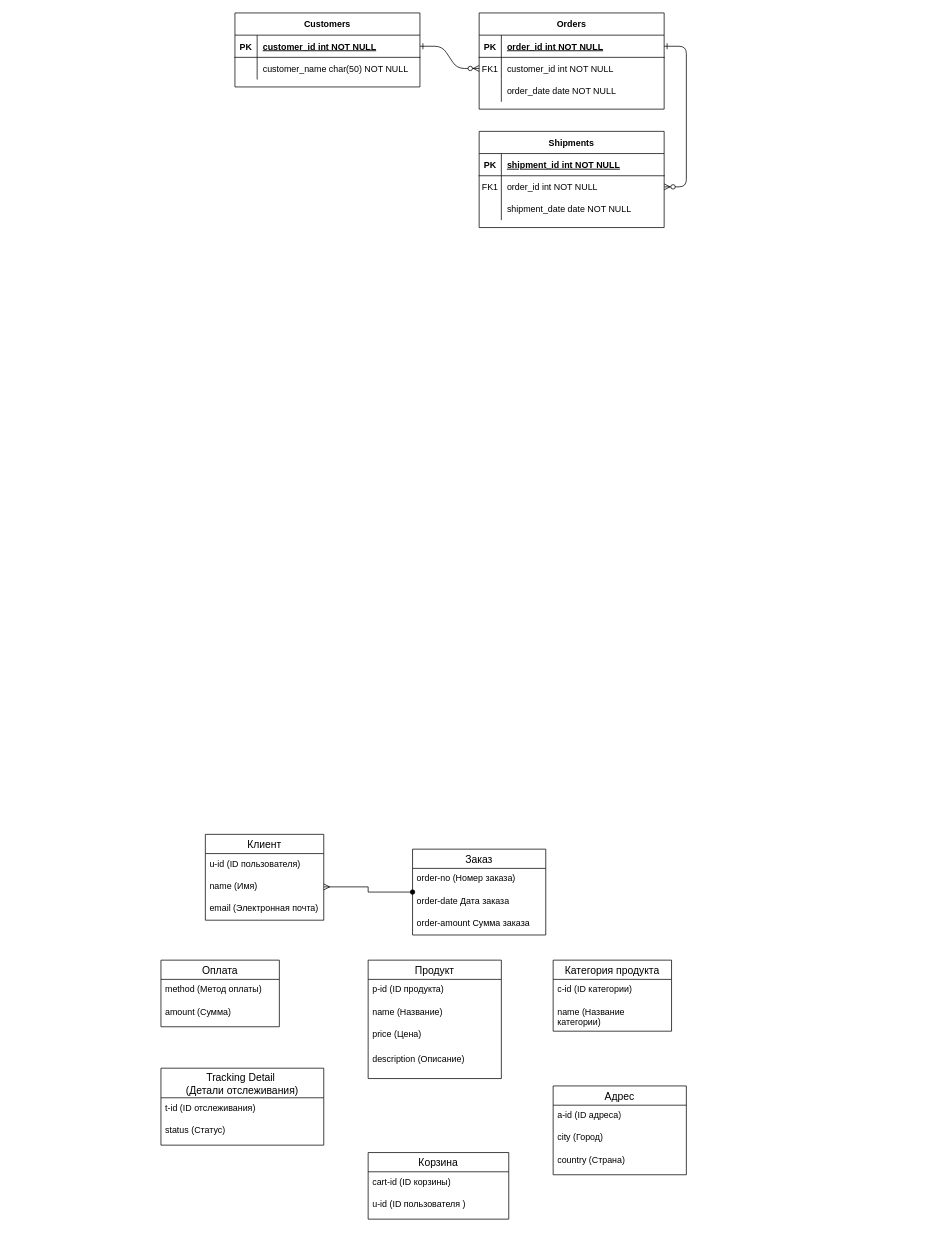
Earlier version of the draw.io diagram obos_6th.drawio (mati-tech/draw.io). Source tidied: cells renumbered, new cells numbered last; positions are measured from the earlier drawing's top-left corner, leaving out a move shared by most shapes. Both pictures are drawn from the tidied source at 74%, with x=0, y=0 at pixel (161, 13).
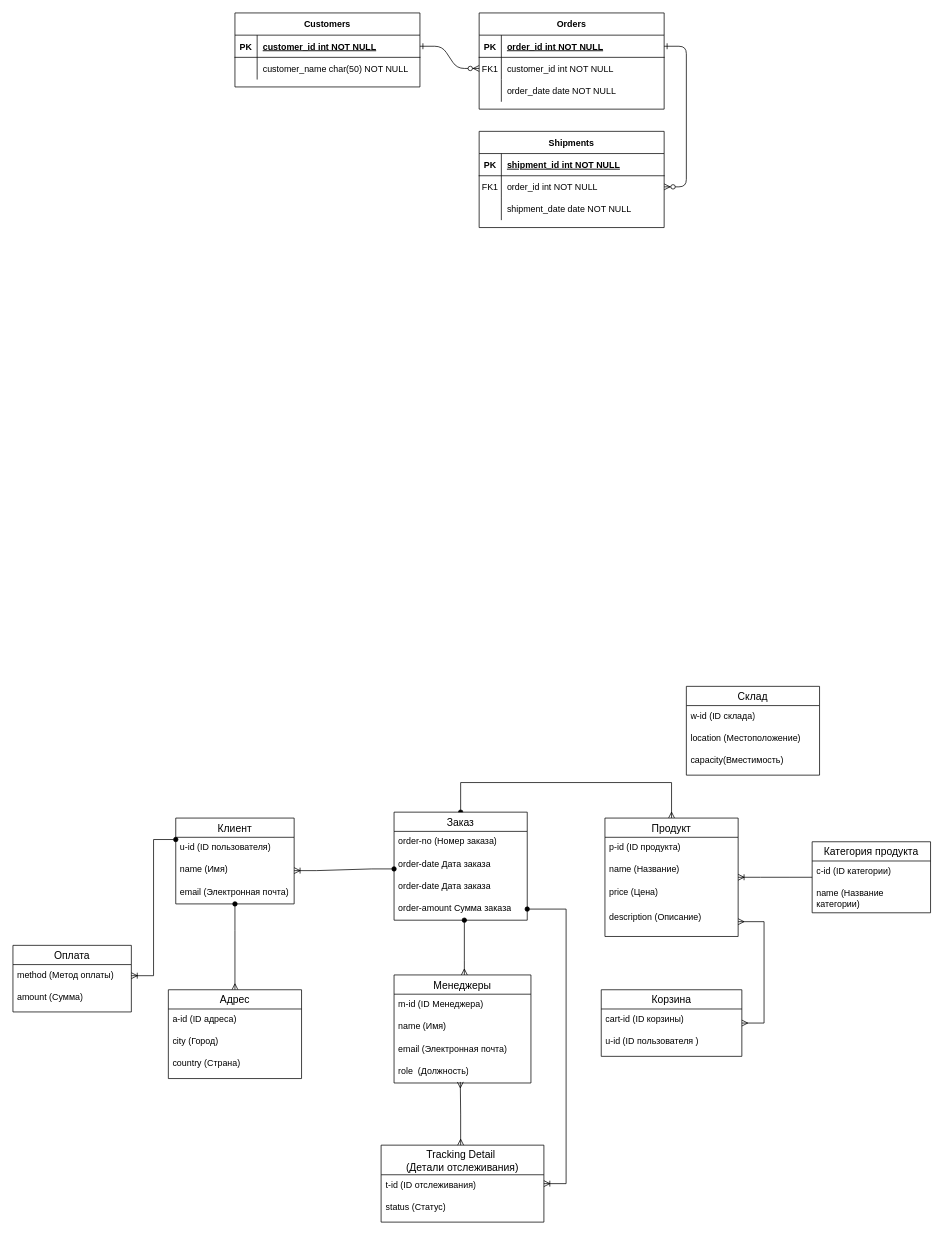
The same diagram, later.

The change refers to these unchanged cells:
```xml
<mxCell id="33" value="name (Имя)&lt;div&gt;&lt;br&gt;&lt;/div&gt;" style="text;strokeColor=none;fillColor=none;spacingLeft=4;spacingRight=4;overflow=hidden;points=[[0,0.5],[1,0.5]];portConstraint=eastwest;fontSize=12;whiteSpace=wrap;html=1;" parent="31" vertex="1">
  <mxGeometry y="56" width="160" height="30" as="geometry" />
</mxCell>
<mxCell id="34" value="email (Электронная почта)&lt;div&gt;&lt;br&gt;&lt;/div&gt;" style="text;strokeColor=none;fillColor=none;spacingLeft=4;spacingRight=4;overflow=hidden;points=[[0,0.5],[1,0.5]];portConstraint=eastwest;fontSize=12;whiteSpace=wrap;html=1;" parent="31" vertex="1">
  <mxGeometry y="86" width="160" height="30" as="geometry" />
</mxCell>
<mxCell id="44" value="description (Описание)&lt;div&gt;&lt;span style=&quot;background-color: initial;&quot;&gt;&lt;br&gt;&lt;/span&gt;&lt;/div&gt;" style="text;strokeColor=none;fillColor=none;spacingLeft=4;spacingRight=4;overflow=hidden;points=[[0,0.5],[1,0.5]];portConstraint=eastwest;fontSize=12;whiteSpace=wrap;html=1;" parent="40" vertex="1">
  <mxGeometry y="120" width="180" height="40" as="geometry" />
</mxCell>
<mxCell id="49" value="method (&lt;span style=&quot;background-color: initial;&quot;&gt;Метод оплаты)&lt;/span&gt;&lt;div&gt;&lt;br&gt;&lt;div&gt;&lt;span style=&quot;background-color: initial;&quot;&gt;&lt;br&gt;&lt;/span&gt;&lt;/div&gt;&lt;/div&gt;" style="text;strokeColor=none;fillColor=none;spacingLeft=4;spacingRight=4;overflow=hidden;points=[[0,0.5],[1,0.5]];portConstraint=eastwest;fontSize=12;whiteSpace=wrap;html=1;" parent="48" vertex="1">
  <mxGeometry y="26" width="160" height="30" as="geometry" />
</mxCell>
```

Change to the diagram source:
```diff
@@
     <mxCell id="31" value="Клиент" style="swimlane;fontStyle=0;horizontal=1;startSize=26;align=center;fontSize=14;" parent="1" vertex="1">
-      <mxGeometry x="60" y="1110" width="160" height="116" as="geometry" />
+      <mxGeometry x="20" y="1088" width="160" height="116" as="geometry" />
     </mxCell>
@@
+    <mxCell id="61" style="edgeStyle=orthogonalEdgeStyle;rounded=0;jettySize=auto;html=1;entryX=0.5;entryY=0;entryDx=0;entryDy=0;startArrow=oval;startFill=1;endArrow=ERmany;endFill=0;" parent="1" edge="1" source="35" target="40">
+      <mxGeometry relative="1" as="geometry">
+        <Array as="points">
+          <mxPoint x="405" y="1040" />
+          <mxPoint x="690" y="1040" />
+        </Array>
+      </mxGeometry>
+    </mxCell>
     <mxCell id="35" value="Заказ" style="swimlane;fontStyle=0;horizontal=1;startSize=26;align=center;fontSize=14;" parent="1" vertex="1">
-      <mxGeometry x="340" y="1130" width="180" height="116" as="geometry" />
+      <mxGeometry x="315" y="1080" width="180" height="146" as="geometry" />
     </mxCell>
@@
+    <mxCell id="62" value="order-date&amp;nbsp;&lt;span style=&quot;background-color: initial;&quot;&gt;Дата заказа&lt;/span&gt;&lt;div&gt;&lt;span style=&quot;background-color: initial;&quot;&gt;&lt;br&gt;&lt;/span&gt;&lt;/div&gt;" style="text;strokeColor=none;fillColor=none;spacingLeft=4;spacingRight=4;overflow=hidden;points=[[0,0.5],[1,0.5]];portConstraint=eastwest;fontSize=12;whiteSpace=wrap;html=1;" parent="35" vertex="1">
+      <mxGeometry y="56" width="180" height="30" as="geometry" />
+    </mxCell>
     <mxCell id="37" value="order-date&amp;nbsp;&lt;span style=&quot;background-color: initial;&quot;&gt;Дата заказа&lt;/span&gt;&lt;div&gt;&lt;span style=&quot;background-color: initial;&quot;&gt;&lt;br&gt;&lt;/span&gt;&lt;/div&gt;" style="text;strokeColor=none;fillColor=none;spacingLeft=4;spacingRight=4;overflow=hidden;fontSize=12;whiteSpace=wrap;html=1;" parent="35" vertex="1">
-      <mxGeometry y="56" width="180" height="30" as="geometry" />
+      <mxGeometry y="86" width="180" height="30" as="geometry" />
     </mxCell>
     <mxCell id="38" value="order-amount&amp;nbsp;&lt;span style=&quot;background-color: initial;&quot;&gt;Сумма заказа&lt;/span&gt;&lt;div&gt;&lt;span style=&quot;background-color: initial;&quot;&gt;&lt;br&gt;&lt;/span&gt;&lt;/div&gt;" style="text;strokeColor=none;fillColor=none;spacingLeft=4;spacingRight=4;overflow=hidden;points=[[0,0.5],[1,0.5]];portConstraint=eastwest;fontSize=12;whiteSpace=wrap;html=1;" parent="35" vertex="1">
-      <mxGeometry y="86" width="180" height="30" as="geometry" />
+      <mxGeometry y="116" width="180" height="30" as="geometry" />
     </mxCell>
-    <mxCell id="39" style="edgeStyle=orthogonalEdgeStyle;rounded=0;jettySize=auto;html=1;entryX=0;entryY=0.5;entryDx=0;entryDy=0;startArrow=ERmany;startFill=0;endArrow=oval;endFill=1;" parent="1" edge="1" source="33" target="35">
-      <mxGeometry relative="1" as="geometry" />
-    </mxCell>
     <mxCell id="40" value="Продукт" style="swimlane;fontStyle=0;horizontal=1;startSize=26;align=center;fontSize=14;" parent="1" vertex="1">
-      <mxGeometry x="280" y="1280" width="180" height="160" as="geometry" />
+      <mxGeometry x="600" y="1088" width="180" height="160" as="geometry" />
     </mxCell>
@@
     <mxCell id="45" value="Категория продукта" style="swimlane;fontStyle=0;horizontal=1;startSize=26;align=center;fontSize=14;" parent="1" vertex="1">
-      <mxGeometry x="530" y="1280" width="160" height="96" as="geometry" />
+      <mxGeometry x="880" y="1120" width="160" height="96" as="geometry" />
     </mxCell>
@@
     <mxCell id="48" value="Оплата" style="swimlane;fontStyle=0;horizontal=1;startSize=26;align=center;fontSize=14;" parent="1" vertex="1">
-      <mxGeometry y="1280" width="160" height="90" as="geometry" />
+      <mxGeometry x="-200" y="1260" width="160" height="90" as="geometry" />
     </mxCell>
@@
+    <mxCell id="63" style="edgeStyle=orthogonalEdgeStyle;rounded=0;jettySize=auto;html=1;startArrow=ERmany;startFill=0;endArrow=oval;endFill=1;" parent="1" edge="1" source="51" target="34">
+      <mxGeometry relative="1" as="geometry">
+        <Array as="points">
+          <mxPoint x="100" y="1240" />
+          <mxPoint x="100" y="1240" />
+        </Array>
+      </mxGeometry>
+    </mxCell>
     <mxCell id="51" value="Адрес" style="swimlane;fontStyle=0;horizontal=1;startSize=26;align=center;fontSize=14;" parent="1" vertex="1">
-      <mxGeometry x="530" y="1450" width="180" height="120" as="geometry" />
+      <mxGeometry x="10" y="1320" width="180" height="120" as="geometry" />
     </mxCell>
@@
     <mxCell id="55" value="Tracking Detail &#10;(Детали отслеживания)" style="swimlane;fontStyle=0;horizontal=1;startSize=40;align=center;fontSize=14;spacingTop=1;" parent="1" vertex="1">
-      <mxGeometry y="1426" width="220" height="104" as="geometry" />
+      <mxGeometry x="297.5" y="1530" width="220" height="104" as="geometry" />
     </mxCell>
@@
     <mxCell id="58" value="Корзина" style="swimlane;fontStyle=0;horizontal=1;startSize=26;align=center;fontSize=14;" parent="1" vertex="1">
-      <mxGeometry x="280" y="1540" width="190" height="90" as="geometry" />
+      <mxGeometry x="595" y="1320" width="190" height="90" as="geometry" />
     </mxCell>
@@
+    <mxCell id="64" style="edgeStyle=entityRelationEdgeStyle;fontSize=12;html=1;endArrow=ERoneToMany;rounded=0;exitX=0;exitY=0.69;exitDx=0;exitDy=0;exitPerimeter=0;entryX=1;entryY=0.5;entryDx=0;entryDy=0;startArrow=oval;startFill=1;" parent="1" edge="1" source="62" target="33">
+      <mxGeometry relative="1" as="geometry" />
+    </mxCell>
+    <mxCell id="65" style="edgeStyle=entityRelationEdgeStyle;fontSize=12;html=1;endArrow=ERoneToMany;rounded=0;exitX=0;exitY=0.25;exitDx=0;exitDy=0;entryX=1;entryY=0.5;entryDx=0;entryDy=0;startArrow=oval;startFill=1;" parent="1" edge="1" source="31" target="49">
+      <mxGeometry relative="1" as="geometry">
+        <Array as="points">
+          <mxPoint x="-20" y="1106" />
+          <mxPoint x="-110" y="1100" />
+          <mxPoint x="-120" y="1106" />
+          <mxPoint x="-20" y="1160" />
+          <mxPoint x="-20" y="1180" />
+          <mxPoint x="-140" y="1100" />
+        </Array>
+      </mxGeometry>
+    </mxCell>
+    <mxCell id="66" style="edgeStyle=entityRelationEdgeStyle;fontSize=12;html=1;endArrow=ERoneToMany;rounded=0;startArrow=oval;startFill=1;" parent="1" edge="1" source="38" target="55">
+      <mxGeometry relative="1" as="geometry">
+        <Array as="points">
+          <mxPoint y="1126" />
+          <mxPoint x="-100" y="1126" />
+          <mxPoint y="1180" />
+          <mxPoint x="132" y="1280" />
+          <mxPoint x="140" y="1290" />
+          <mxPoint y="1200" />
+          <mxPoint x="-120" y="1120" />
+        </Array>
+      </mxGeometry>
+    </mxCell>
+    <mxCell id="67" style="edgeStyle=entityRelationEdgeStyle;fontSize=12;html=1;endArrow=ERoneToMany;rounded=0;" parent="1" edge="1" source="45" target="40">
+      <mxGeometry relative="1" as="geometry" />
+    </mxCell>
+    <mxCell id="68" style="edgeStyle=entityRelationEdgeStyle;fontSize=12;html=1;endArrow=ERmany;startArrow=ERmany;rounded=0;" parent="1" edge="1" source="58" target="44">
+      <mxGeometry relative="1" as="geometry">
+        <Array as="points">
+          <mxPoint x="800" y="1210" />
+        </Array>
+      </mxGeometry>
+    </mxCell>
+    <mxCell id="69" style="edgeStyle=orthogonalEdgeStyle;rounded=0;jettySize=auto;html=1;startArrow=ERmany;startFill=0;endArrow=oval;endFill=1;" parent="1" edge="1" source="70" target="38">
+      <mxGeometry relative="1" as="geometry">
+        <Array as="points">
+          <mxPoint x="410" y="1280" />
+          <mxPoint x="410" y="1280" />
+        </Array>
+      </mxGeometry>
+    </mxCell>
+    <mxCell id="70" value="Менеджеры" style="swimlane;fontStyle=0;horizontal=1;startSize=26;align=center;fontSize=14;" parent="1" vertex="1">
+      <mxGeometry x="315" y="1300" width="185" height="146" as="geometry" />
+    </mxCell>
+    <mxCell id="71" value="m-id (&lt;span style=&quot;background-color: initial;&quot;&gt;ID Менеджера&lt;/span&gt;&lt;span style=&quot;background-color: initial;&quot;&gt;)&lt;/span&gt;&lt;div&gt;&lt;div&gt;&lt;br&gt;&lt;div&gt;&lt;span style=&quot;background-color: initial;&quot;&gt;&lt;br&gt;&lt;/span&gt;&lt;/div&gt;&lt;/div&gt;&lt;/div&gt;" style="text;strokeColor=none;fillColor=none;spacingLeft=4;spacingRight=4;overflow=hidden;fontSize=12;whiteSpace=wrap;html=1;" parent="70" vertex="1">
+      <mxGeometry y="26" width="185" height="30" as="geometry" />
+    </mxCell>
+    <mxCell id="72" value="name (Имя)&lt;div&gt;&lt;br&gt;&lt;/div&gt;" style="text;strokeColor=none;fillColor=none;spacingLeft=4;spacingRight=4;overflow=hidden;fontSize=12;whiteSpace=wrap;html=1;" parent="70" vertex="1">
+      <mxGeometry y="56" width="185" height="30" as="geometry" />
+    </mxCell>
+    <mxCell id="73" value="email (Электронная почта)&lt;div&gt;&lt;br&gt;&lt;/div&gt;" style="text;strokeColor=none;fillColor=none;spacingLeft=4;spacingRight=4;overflow=hidden;fontSize=12;whiteSpace=wrap;html=1;" parent="70" vertex="1">
+      <mxGeometry y="86" width="185" height="30" as="geometry" />
+    </mxCell>
+    <mxCell id="74" value="role&amp;nbsp; (Должность)&lt;div&gt;&lt;br&gt;&lt;/div&gt;" style="text;strokeColor=none;fillColor=none;spacingLeft=4;spacingRight=4;overflow=hidden;points=[[0,0.5],[1,0.5]];portConstraint=eastwest;fontSize=12;whiteSpace=wrap;html=1;" parent="70" vertex="1">
+      <mxGeometry y="116" width="185" height="30" as="geometry" />
+    </mxCell>
+    <mxCell id="75" style="edgeStyle=orthogonalEdgeStyle;rounded=0;jettySize=auto;html=1;entryX=0.484;entryY=0.953;entryDx=0;entryDy=0;entryPerimeter=0;endArrow=ERmany;endFill=0;startArrow=ERmany;startFill=0;" parent="1" edge="1" source="55" target="74">
+      <mxGeometry relative="1" as="geometry">
+        <Array as="points">
+          <mxPoint x="405" y="1488" />
+          <mxPoint x="405" y="1488" />
+        </Array>
+      </mxGeometry>
+    </mxCell>
+    <mxCell id="76" value="Склад " style="swimlane;fontStyle=0;horizontal=1;startSize=26;align=center;fontSize=14;" parent="1" vertex="1">
+      <mxGeometry x="710" y="910" width="180" height="120" as="geometry" />
+    </mxCell>
+    <mxCell id="77" value="w-id (&lt;span style=&quot;background-color: initial;&quot;&gt;ID склада)&lt;/span&gt;&lt;div&gt;&lt;br&gt;&lt;div&gt;&lt;span style=&quot;background-color: initial;&quot;&gt;&lt;br&gt;&lt;/span&gt;&lt;/div&gt;&lt;/div&gt;" style="text;strokeColor=none;fillColor=none;spacingLeft=4;spacingRight=4;overflow=hidden;fontSize=12;whiteSpace=wrap;html=1;" parent="76" vertex="1">
+      <mxGeometry y="26" width="180" height="30" as="geometry" />
+    </mxCell>
+    <mxCell id="78" value="location (&lt;span style=&quot;background-color: initial;&quot;&gt;Местоположение&lt;/span&gt;&lt;span style=&quot;background-color: initial;&quot;&gt;)&lt;/span&gt;&lt;div&gt;&lt;div&gt;&lt;span style=&quot;background-color: initial;&quot;&gt;&lt;br&gt;&lt;/span&gt;&lt;/div&gt;&lt;/div&gt;" style="text;strokeColor=none;fillColor=none;spacingLeft=4;spacingRight=4;overflow=hidden;fontSize=12;whiteSpace=wrap;html=1;" parent="76" vertex="1">
+      <mxGeometry y="56" width="180" height="30" as="geometry" />
+    </mxCell>
+    <mxCell id="79" value="capacity(Вместимость)&lt;div&gt;&lt;span style=&quot;background-color: initial;&quot;&gt;&lt;br&gt;&lt;/span&gt;&lt;/div&gt;" style="text;strokeColor=none;fillColor=none;spacingLeft=4;spacingRight=4;overflow=hidden;fontSize=12;whiteSpace=wrap;html=1;" parent="76" vertex="1">
+      <mxGeometry y="86" width="180" height="34" as="geometry" />
+    </mxCell>
```
